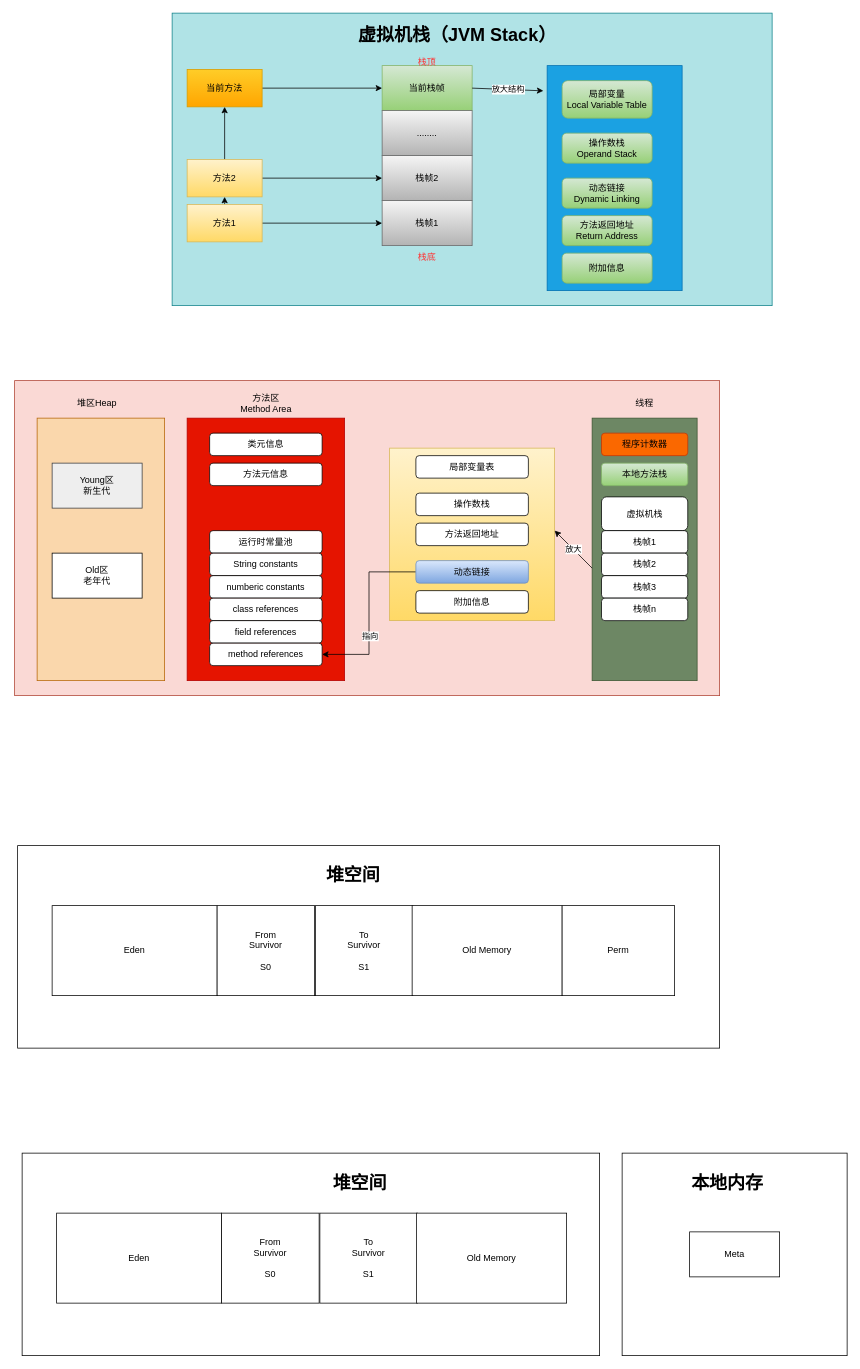
Before: 虚拟机栈.drawio in linbingxing/mind, a draw.io diagram. Source tidied: cells renumbered, new cells numbered last; positions are measured from the earlier drawing's top-left corner, leaving out a move shared by most shapes. Both pictures are drawn from the tidied source at 75%, with x=0, y=0 at pixel (14, 13).
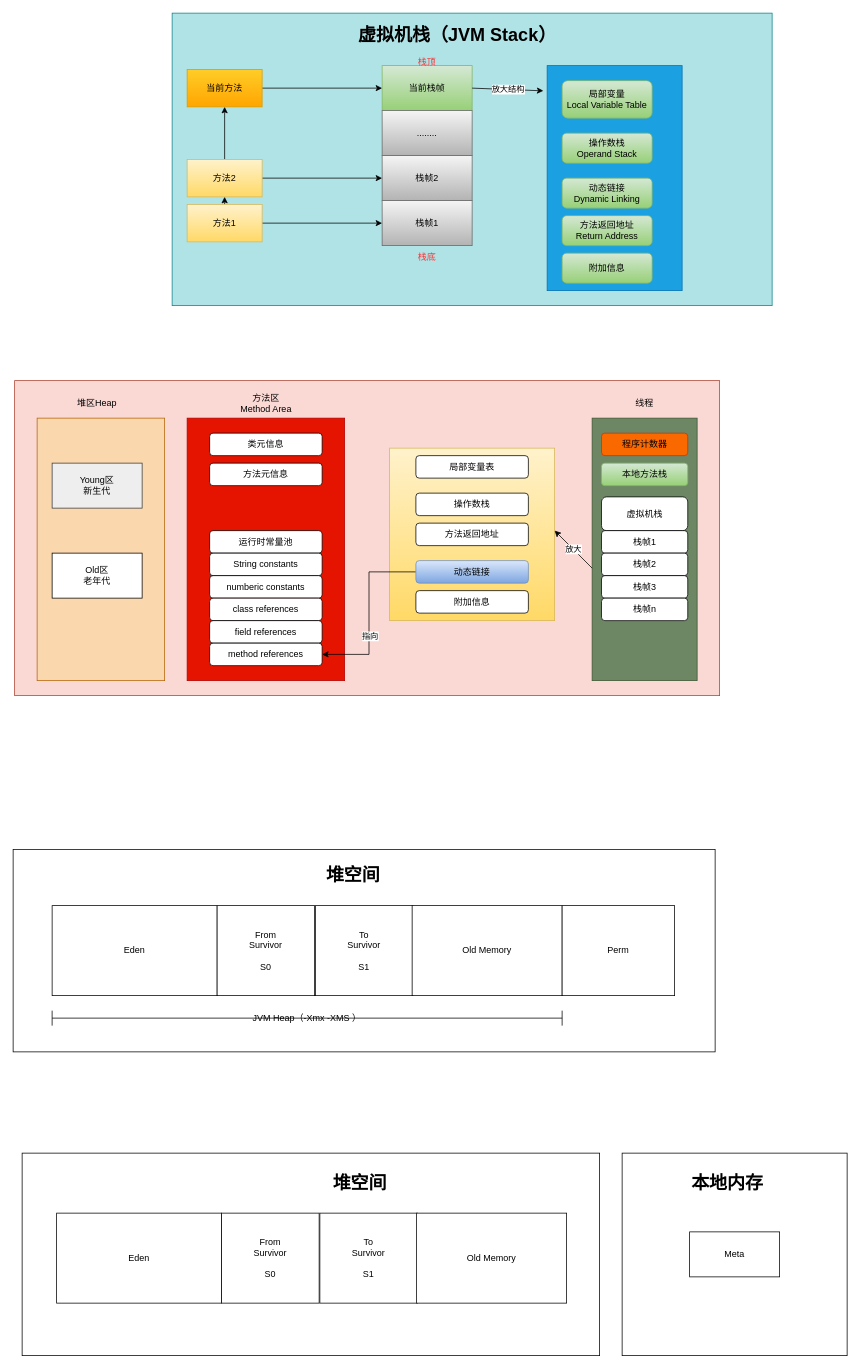
Above is the later version.

Commit message:
更新虚拟机栈.drawio

What changed in the source:
```diff
@@
     <mxCell id="55" style="rounded=0;whiteSpace=wrap;html=1;fontColor=#000000;" parent="1" vertex="1">
-      <mxGeometry x="4" y="1110" width="936" height="270" as="geometry" />
+      <mxGeometry x="-2" y="1115" width="936" height="270" as="geometry" />
     </mxCell>
@@
+    <mxCell id="74" value="JVM Heap（-Xmx -XMS ）" style="shape=crossbar;whiteSpace=wrap;html=1;rounded=1;fontColor=#000000;" parent="1" vertex="1">
+      <mxGeometry x="50" y="1330" width="680" height="20" as="geometry" />
+    </mxCell>
```
